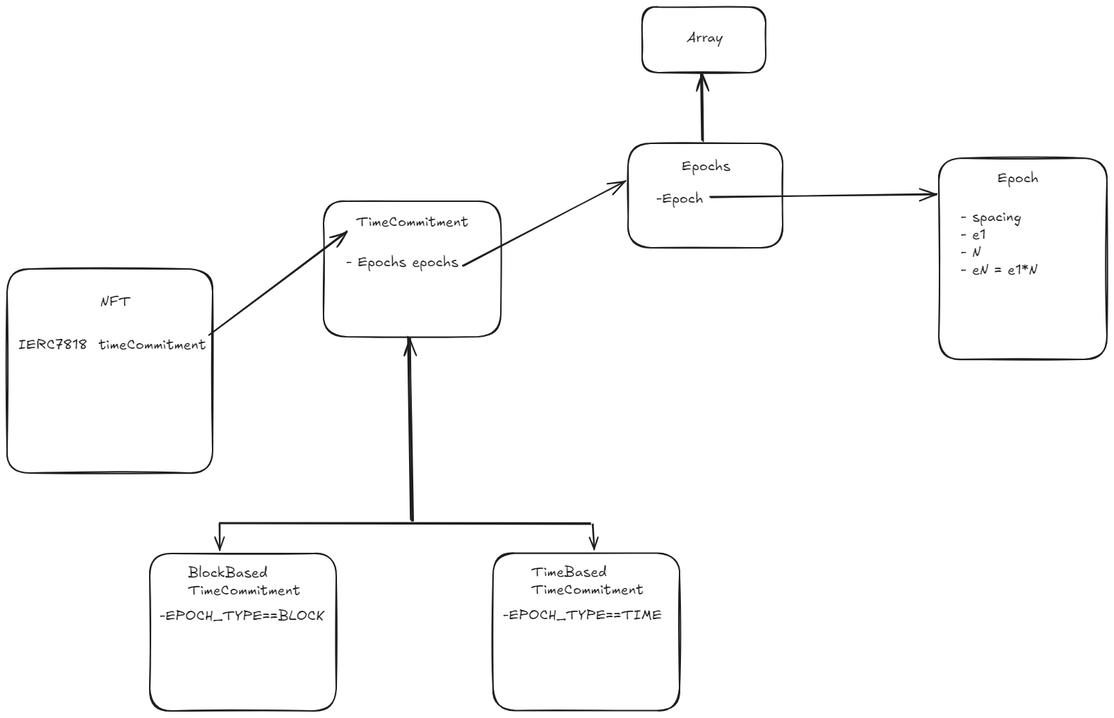
Before: ERD.excalidraw.png, a diagram exported from Excalidraw (JMSBPP/TokenLifetime-System). Source tidied: one line per element, renumbered; positions are measured from the earlier drawing's top-left corner, leaving out a move shared by most shapes.
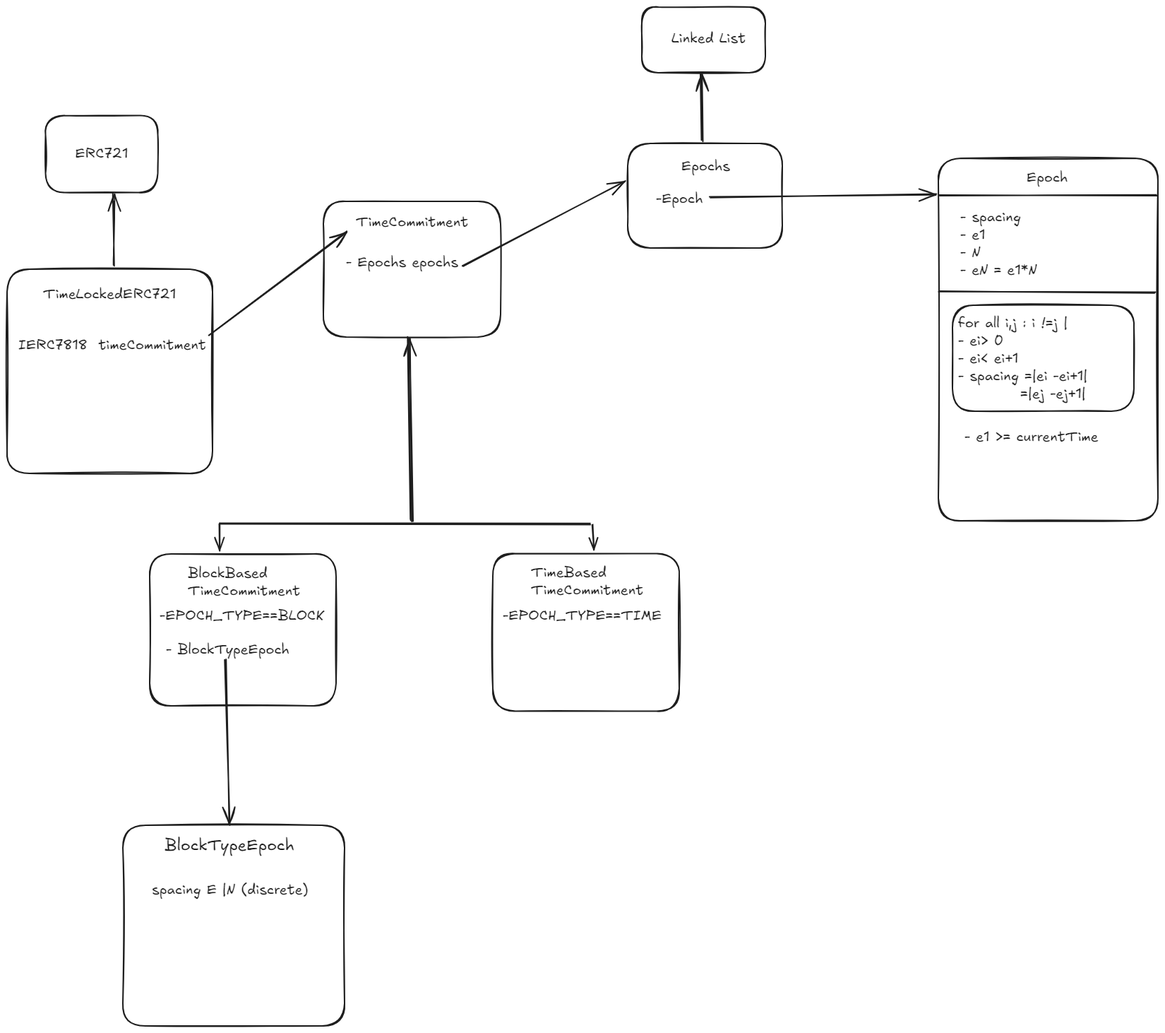
Later version of the same file.

What changed in the source:
```diff
@@ -1,5 +1,5 @@
 {"id": 0, "type": "rectangle", "strokeColor": "#1e1e1e", "strokeWidth": 2, "roughness": 1, "round": true, "x": 0, "y": 371, "width": 291, "height": 289}
-{"id": 1, "type": "text", "text": "NFT", "strokeColor": "#1e1e1e", "strokeWidth": 2, "roughness": 1, "fontSize": 20, "fontFamily": 5, "x": 132, "y": 405, "width": 43, "height": 25}
+{"id": 1, "type": "text", "text": "TimeLockedERC721", "strokeColor": "#1e1e1e", "strokeWidth": 2, "roughness": 1, "fontSize": 20, "fontFamily": 5, "x": 51, "y": 394, "width": 188, "height": 25}
 {"id": 2, "type": "text", "text": "IERC7818  timeCommitment", "strokeColor": "#1e1e1e", "strokeWidth": 2, "roughness": 1, "fontSize": 20, "fontFamily": 5, "x": 16, "y": 466, "width": 266, "height": 25}
 {"id": 3, "type": "arrow", "strokeColor": "#1e1e1e", "strokeWidth": 2, "roughness": 1, "endArrowhead": "arrow", "round": true, "from": 2, "to": 5, "x": 286, "y": 465, "width": 194, "height": 148, "points": [[0, 0], [194, -148]]}
 {"id": 4, "type": "rectangle", "strokeColor": "#1e1e1e", "strokeWidth": 2, "roughness": 1, "round": true, "x": 448, "y": 275, "width": 251, "height": 192}
@@ -8,9 +8,9 @@
 {"id": 7, "type": "arrow", "strokeColor": "#1e1e1e", "strokeWidth": 2, "roughness": 1, "endArrowhead": "arrow", "round": true, "x": 301, "y": 731, "width": 0, "height": 38, "points": [[0, 0], [0, 38]]}
 {"id": 8, "type": "arrow", "strokeColor": "#1e1e1e", "strokeWidth": 2, "roughness": 1, "endArrowhead": "arrow", "round": true, "x": 829, "y": 733, "width": 2, "height": 35, "points": [[0, 0], [2, 35]]}
 {"id": 9, "type": "arrow", "strokeColor": "#1e1e1e", "strokeWidth": 2, "roughness": 1, "endArrowhead": "arrow", "round": true, "to": 4, "x": 574, "y": 727, "width": 5, "height": 258, "points": [[0, 0], [-5, -258]]}
-{"id": 10, "type": "rectangle", "strokeColor": "#1e1e1e", "strokeWidth": 2, "roughness": 1, "round": true, "x": 202, "y": 774, "width": 264, "height": 223}
+{"id": 10, "type": "rectangle", "strokeColor": "#1e1e1e", "strokeWidth": 2, "roughness": 1, "round": true, "x": 202, "y": 774, "width": 264, "height": 215}
 {"id": 11, "type": "text", "text": "BlockBased\nTimeCommitment", "strokeColor": "#1e1e1e", "strokeWidth": 2, "roughness": 1, "fontSize": 20, "fontFamily": 5, "x": 256, "y": 789, "width": 159, "height": 50}
-{"id": 12, "type": "text", "text": "-EPOCH_TYPE==BLOCK", "strokeColor": "#1e1e1e", "strokeWidth": 2, "roughness": 1, "fontSize": 20, "fontFamily": 5, "x": 216, "y": 850, "width": 234, "height": 25}
+{"id": 12, "type": "text", "text": "-EPOCH_TYPE==BLOCK", "strokeColor": "#1e1e1e", "strokeWidth": 2, "roughness": 1, "fontSize": 20, "fontFamily": 5, "x": 216, "y": 849, "width": 234, "height": 25}
 {"id": 13, "type": "rectangle", "strokeColor": "#1e1e1e", "strokeWidth": 2, "roughness": 1, "round": true, "x": 688, "y": 774, "width": 264, "height": 223}
 {"id": 14, "type": "text", "text": "TimeBased\nTimeCommitment", "strokeColor": "#1e1e1e", "strokeWidth": 2, "roughness": 1, "fontSize": 20, "fontFamily": 5, "x": 742, "y": 788, "width": 159, "height": 50}
 {"id": 15, "type": "text", "text": "-EPOCH_TYPE==TIME", "strokeColor": "#1e1e1e", "strokeWidth": 2, "roughness": 1, "fontSize": 20, "fontFamily": 5, "x": 702, "y": 850, "width": 225, "height": 25}
@@ -20,9 +20,22 @@
 {"id": 19, "type": "text", "text": "Epochs", "strokeColor": "#1e1e1e", "strokeWidth": 2, "roughness": 1, "fontSize": 20, "fontFamily": 5, "x": 955, "y": 213, "width": 69, "height": 25}
 {"id": 20, "type": "arrow", "strokeColor": "#1e1e1e", "strokeWidth": 2, "roughness": 1, "endArrowhead": "arrow", "round": true, "from": 18, "x": 984, "y": 189, "width": 1, "height": 94, "points": [[0, 0], [-1, -94]]}
 {"id": 21, "type": "rectangle", "strokeColor": "#1e1e1e", "strokeWidth": 2, "roughness": 1, "round": true, "x": 899, "y": 0, "width": 175, "height": 93}
-{"id": 22, "type": "text", "text": "Array", "strokeColor": "#1e1e1e", "strokeWidth": 2, "roughness": 1, "fontSize": 20, "fontFamily": 5, "x": 962, "y": 31, "width": 51, "height": 25}
+{"id": 22, "type": "text", "text": "Linked List", "strokeColor": "#1e1e1e", "strokeWidth": 2, "roughness": 1, "fontSize": 20, "fontFamily": 5, "x": 941, "y": 32, "width": 105, "height": 25}
 {"id": 23, "type": "text", "text": "-Epoch", "strokeColor": "#1e1e1e", "strokeWidth": 2, "roughness": 1, "fontSize": 20, "fontFamily": 5, "x": 919, "y": 259, "width": 67, "height": 25}
 {"id": 24, "type": "arrow", "strokeColor": "#1e1e1e", "strokeWidth": 2, "roughness": 1, "endArrowhead": "arrow", "round": true, "from": 23, "x": 996, "y": 270, "width": 320, "height": 5, "points": [[0, 0], [320, -5]]}
-{"id": 25, "type": "rectangle", "strokeColor": "#1e1e1e", "strokeWidth": 2, "roughness": 1, "round": true, "x": 1319, "y": 214, "width": 238, "height": 285}
+{"id": 25, "type": "rectangle", "strokeColor": "#1e1e1e", "strokeWidth": 2, "roughness": 1, "round": true, "x": 1319, "y": 214, "width": 311, "height": 513}
-{"id": 26, "type": "text", "text": "Epoch", "strokeColor": "#1e1e1e", "strokeWidth": 2, "roughness": 1, "fontSize": 20, "fontFamily": 5, "x": 1402, "y": 230, "width": 58, "height": 25}
+{"id": 26, "type": "text", "text": "Epoch", "strokeColor": "#1e1e1e", "strokeWidth": 2, "roughness": 1, "fontSize": 20, "fontFamily": 5, "x": 1444, "y": 229, "width": 58, "height": 25}
 {"id": 27, "type": "text", "text": "- spacing\n- e1\n- N\n- eN = e1*N", "strokeColor": "#1e1e1e", "strokeWidth": 2, "roughness": 1, "fontSize": 20, "fontFamily": 5, "x": 1350, "y": 285, "width": 109, "height": 100}
+{"id": 28, "type": "line", "strokeColor": "#1e1e1e", "strokeWidth": 2, "roughness": 1, "round": true, "x": 1320, "y": 267, "width": 308, "height": 1, "points": [[0, 0], [308, -1]]}
+{"id": 29, "type": "line", "strokeColor": "#1e1e1e", "strokeWidth": 2, "roughness": 1, "round": true, "x": 1320, "y": 402, "width": 307, "height": 2, "points": [[0, 0], [307, 2]]}
+{"id": 30, "type": "text", "text": "for all i,j : i !=j |\n- ei> 0\n- ei< ei+1\n- spacing =|ei -ei+1|\n           =|ej -ej+1| \n", "strokeColor": "#1e1e1e", "strokeWidth": 2, "roughness": 1, "fontSize": 20, "fontFamily": 5, "x": 1347, "y": 435, "width": 189, "height": 150}
+{"id": 31, "type": "rectangle", "strokeColor": "#1e1e1e", "strokeWidth": 2, "roughness": 1, "round": true, "x": 1339, "y": 422, "width": 257, "height": 150}
+{"id": 32, "type": "text", "text": "- e1 >= currentTime", "strokeColor": "#1e1e1e", "strokeWidth": 2, "roughness": 1, "fontSize": 20, "fontFamily": 5, "x": 1356, "y": 596, "width": 190, "height": 25}
+{"id": 33, "type": "text", "text": "- BlockTypeEpoch", "strokeColor": "#1e1e1e", "strokeWidth": 2, "roughness": 1, "fontSize": 20, "fontFamily": 5, "x": 225, "y": 897, "width": 175, "height": 25}
+{"id": 34, "type": "arrow", "strokeColor": "#1e1e1e", "strokeWidth": 2, "roughness": 1, "endArrowhead": "arrow", "round": true, "from": 33, "to": 35, "x": 308, "y": 923, "width": 7, "height": 234, "points": [[0, 0], [7, 234]]}
+{"id": 35, "type": "rectangle", "strokeColor": "#1e1e1e", "strokeWidth": 2, "roughness": 1, "round": true, "x": 164, "y": 1158, "width": 314, "height": 284}
+{"id": 36, "type": "text", "text": "BlockTypeEpoch", "strokeColor": "#1e1e1e", "strokeWidth": 2, "roughness": 1, "fontSize": 23.2, "fontFamily": 5, "x": 223, "y": 1173, "width": 184, "height": 29}
+{"id": 37, "type": "text", "text": "spacing E |N (discrete)", "strokeColor": "#1e1e1e", "strokeWidth": 2, "roughness": 1, "fontSize": 20, "fontFamily": 5, "x": 205, "y": 1237, "width": 222, "height": 25}
+{"id": 38, "type": "arrow", "strokeColor": "#1e1e1e", "strokeWidth": 2, "roughness": 1, "endArrowhead": "arrow", "round": true, "from": 0, "to": 39, "x": 151, "y": 366, "width": 0, "height": 102, "points": [[0, 0], [0, -102]]}
+{"id": 39, "type": "rectangle", "strokeColor": "#1e1e1e", "strokeWidth": 2, "roughness": 1, "round": true, "x": 54, "y": 154, "width": 159, "height": 109}
+{"id": 40, "type": "text", "text": "ERC721", "strokeColor": "#1e1e1e", "strokeWidth": 2, "roughness": 1, "fontSize": 20, "fontFamily": 5, "textAlign": "center", "verticalAlign": "middle", "inside": 39, "x": 96, "y": 196, "width": 75, "height": 25}
```
